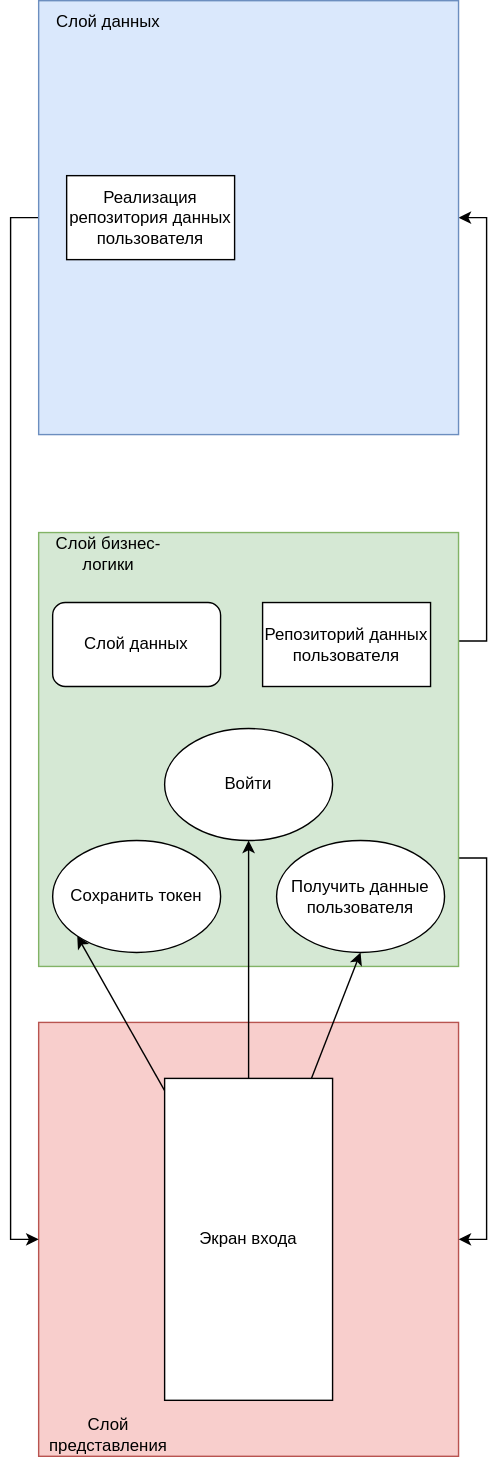
Before: graphs/login.svg, a diagram exported from draw.io (AkvaLin/iES). Source tidied: cells renumbered, new cells last; positions are measured from the earlier drawing's top-left corner, leaving out a move shared by most shapes. Its diagram source:
```xml
<mxGraphModel>
  <root>
    <mxCell id="0" />
    <mxCell id="1" parent="0" />
    <mxCell id="2" style="rounded=0;whiteSpace=wrap;html=1;fillColor=#f8cecc;strokeColor=#b85450;" parent="1" vertex="1">
      <mxGeometry y="730" width="300" height="310" as="geometry" />
    </mxCell>
    <mxCell id="3" style="edgeStyle=orthogonalEdgeStyle;rounded=0;jettySize=auto;html=1;exitX=1;exitY=0.25;exitDx=0;exitDy=0;entryX=1;entryY=0.5;entryDx=0;entryDy=0;" parent="1" edge="1" source="5" target="10">
      <mxGeometry relative="1" as="geometry" />
    </mxCell>
    <mxCell id="4" style="edgeStyle=orthogonalEdgeStyle;rounded=0;jettySize=auto;html=1;exitX=1;exitY=0.75;exitDx=0;exitDy=0;entryX=1;entryY=0.5;entryDx=0;entryDy=0;" parent="1" edge="1" source="5" target="2">
      <mxGeometry relative="1" as="geometry" />
    </mxCell>
    <mxCell id="5" style="rounded=0;whiteSpace=wrap;html=1;fillColor=#d5e8d4;strokeColor=#82b366;fillStyle=auto;" parent="1" vertex="1">
      <mxGeometry y="380" width="300" height="310" as="geometry" />
    </mxCell>
    <mxCell id="6" value="Слой представления" style="text;html=1;align=center;verticalAlign=middle;whiteSpace=wrap;rounded=0;" parent="1" vertex="1">
      <mxGeometry y="1010" width="100" height="30" as="geometry" />
    </mxCell>
    <mxCell id="7" value="Слой бизнес-логики" style="text;html=1;align=center;verticalAlign=middle;whiteSpace=wrap;rounded=0;" parent="1" vertex="1">
      <mxGeometry y="380" width="100" height="30" as="geometry" />
    </mxCell>
    <mxCell id="8" value="Слой данных" style="rounded=1;whiteSpace=wrap;html=1;" parent="1" vertex="1">
      <mxGeometry x="10" y="430" width="120" height="60" as="geometry" />
    </mxCell>
    <mxCell id="9" style="edgeStyle=orthogonalEdgeStyle;rounded=0;jettySize=auto;html=1;exitX=0;exitY=0.5;exitDx=0;exitDy=0;entryX=0;entryY=0.5;entryDx=0;entryDy=0;" parent="1" edge="1" source="10" target="2">
      <mxGeometry relative="1" as="geometry" />
    </mxCell>
    <mxCell id="10" style="rounded=0;whiteSpace=wrap;html=1;fillColor=#dae8fc;strokeColor=#6c8ebf;fillStyle=auto;" parent="1" vertex="1">
      <mxGeometry width="300" height="310" as="geometry" />
    </mxCell>
    <mxCell id="11" value="Слой данных" style="text;html=1;align=center;verticalAlign=middle;whiteSpace=wrap;rounded=0;" parent="1" vertex="1">
      <mxGeometry width="100" height="30" as="geometry" />
    </mxCell>
    <mxCell id="12" value="Репозиторий данных пользователя" style="rounded=0;whiteSpace=wrap;html=1;" parent="1" vertex="1">
      <mxGeometry x="160" y="430" width="120" height="60" as="geometry" />
    </mxCell>
    <mxCell id="13" value="Реализация репозитория данных пользователя" style="rounded=0;whiteSpace=wrap;html=1;" parent="1" vertex="1">
      <mxGeometry x="20" y="125" width="120" height="60" as="geometry" />
    </mxCell>
    <mxCell id="14" style="rounded=0;jettySize=auto;html=1;entryX=0;entryY=1;entryDx=0;entryDy=0;" parent="1" edge="1" source="17" target="19">
      <mxGeometry relative="1" as="geometry" />
    </mxCell>
    <mxCell id="15" style="rounded=0;jettySize=auto;html=1;entryX=0.5;entryY=1;entryDx=0;entryDy=0;" parent="1" edge="1" source="17" target="18">
      <mxGeometry relative="1" as="geometry" />
    </mxCell>
    <mxCell id="16" style="rounded=0;jettySize=auto;html=1;entryX=0.5;entryY=1;entryDx=0;entryDy=0;" parent="1" edge="1" source="17" target="20">
      <mxGeometry relative="1" as="geometry" />
    </mxCell>
    <mxCell id="17" value="Экран входа" style="rounded=0;whiteSpace=wrap;html=1;" parent="1" vertex="1">
      <mxGeometry x="90" y="770" width="120" height="230" as="geometry" />
    </mxCell>
    <mxCell id="18" value="Войти" style="ellipse;whiteSpace=wrap;html=1;" parent="1" vertex="1">
      <mxGeometry x="90" y="520" width="120" height="80" as="geometry" />
    </mxCell>
    <mxCell id="19" value="Сохранить токен" style="ellipse;whiteSpace=wrap;html=1;" parent="1" vertex="1">
      <mxGeometry x="10" y="600" width="120" height="80" as="geometry" />
    </mxCell>
    <mxCell id="20" value="Получить данные пользователя" style="ellipse;whiteSpace=wrap;html=1;" parent="1" vertex="1">
      <mxGeometry x="170" y="600" width="120" height="80" as="geometry" />
    </mxCell>
  </root>
</mxGraphModel>
```
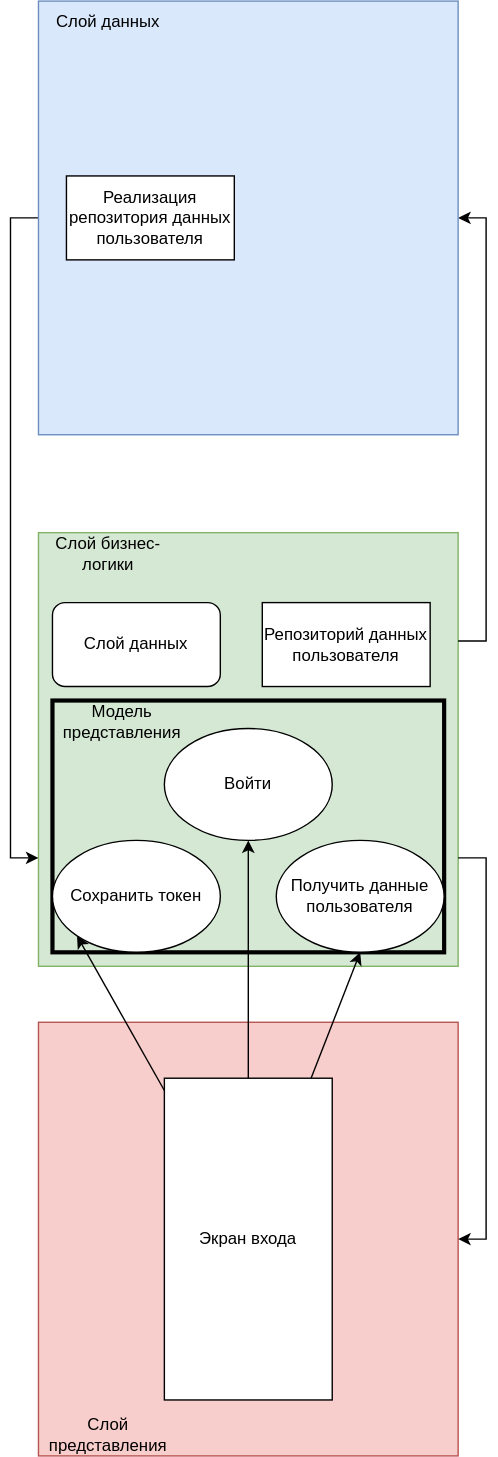
Above is the later version.

Change to the diagram source:
```diff
@@ -2,6 +2,15 @@
   <root>
     <mxCell id="0" />
     <mxCell id="1" parent="0" />
+    <mxCell id="5" style="rounded=0;whiteSpace=wrap;html=1;fillColor=#d5e8d4;strokeColor=#82b366;fillStyle=auto;" parent="1" vertex="1">
+      <mxGeometry y="380" width="300" height="310" as="geometry" />
+    </mxCell>
+    <mxCell id="21" style="rounded=0;whiteSpace=wrap;html=1;fillColor=none;strokeWidth=3;" parent="1" vertex="1">
+      <mxGeometry x="10" y="500" width="280" height="180" as="geometry" />
+    </mxCell>
+    <mxCell id="22" value="Модель представления" style="text;html=1;align=center;verticalAlign=middle;whiteSpace=wrap;rounded=0;" parent="1" vertex="1">
+      <mxGeometry x="10" y="500" width="100" height="30" as="geometry" />
+    </mxCell>
     <mxCell id="2" style="rounded=0;whiteSpace=wrap;html=1;fillColor=#f8cecc;strokeColor=#b85450;" parent="1" vertex="1">
       <mxGeometry y="730" width="300" height="310" as="geometry" />
     </mxCell>
@@ -11,9 +20,6 @@
     <mxCell id="4" style="edgeStyle=orthogonalEdgeStyle;rounded=0;jettySize=auto;html=1;exitX=1;exitY=0.75;exitDx=0;exitDy=0;entryX=1;entryY=0.5;entryDx=0;entryDy=0;" parent="1" edge="1" source="5" target="2">
       <mxGeometry relative="1" as="geometry" />
     </mxCell>
-    <mxCell id="5" style="rounded=0;whiteSpace=wrap;html=1;fillColor=#d5e8d4;strokeColor=#82b366;fillStyle=auto;" parent="1" vertex="1">
-      <mxGeometry y="380" width="300" height="310" as="geometry" />
-    </mxCell>
     <mxCell id="6" value="Слой представления" style="text;html=1;align=center;verticalAlign=middle;whiteSpace=wrap;rounded=0;" parent="1" vertex="1">
       <mxGeometry y="1010" width="100" height="30" as="geometry" />
     </mxCell>
@@ -23,7 +29,7 @@
     <mxCell id="8" value="Слой данных" style="rounded=1;whiteSpace=wrap;html=1;" parent="1" vertex="1">
       <mxGeometry x="10" y="430" width="120" height="60" as="geometry" />
     </mxCell>
-    <mxCell id="9" style="edgeStyle=orthogonalEdgeStyle;rounded=0;jettySize=auto;html=1;exitX=0;exitY=0.5;exitDx=0;exitDy=0;entryX=0;entryY=0.5;entryDx=0;entryDy=0;" parent="1" edge="1" source="10" target="2">
+    <mxCell id="9" style="edgeStyle=orthogonalEdgeStyle;rounded=0;jettySize=auto;html=1;exitX=0;exitY=0.5;exitDx=0;exitDy=0;entryX=0;entryY=0.75;entryDx=0;entryDy=0;" parent="1" edge="1" source="10" target="5">
       <mxGeometry relative="1" as="geometry" />
     </mxCell>
     <mxCell id="10" style="rounded=0;whiteSpace=wrap;html=1;fillColor=#dae8fc;strokeColor=#6c8ebf;fillStyle=auto;" parent="1" vertex="1">
```
